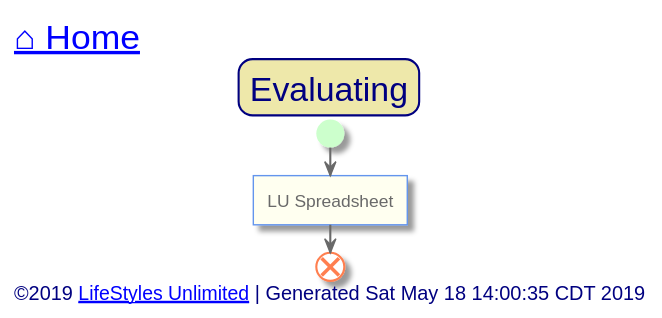
Above: out/src/multi-family/evaluating.svg in toddmo/lifestylesunlimited (PlantUML), before the change.
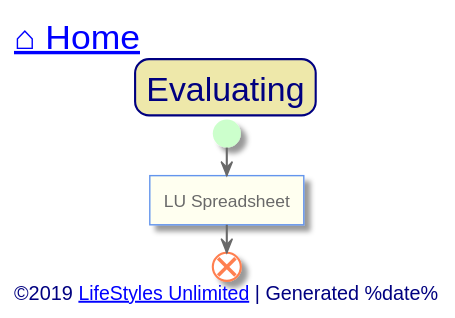
After the commit.

What changed in the source:
```diff
@@ -88,7 +88,7 @@
 
 
 left footer
-	<font size=14>©2019 [[http://www.lifestylesunlimited.com LifeStyles Unlimited]] | Generated Sat May 18 14:00:35 CDT 2019</font>
+	<font size=14>©2019 [[http://www.lifestylesunlimited.com LifeStyles Unlimited]] | Generated %date%</font>
 endfooter
 
 
```
